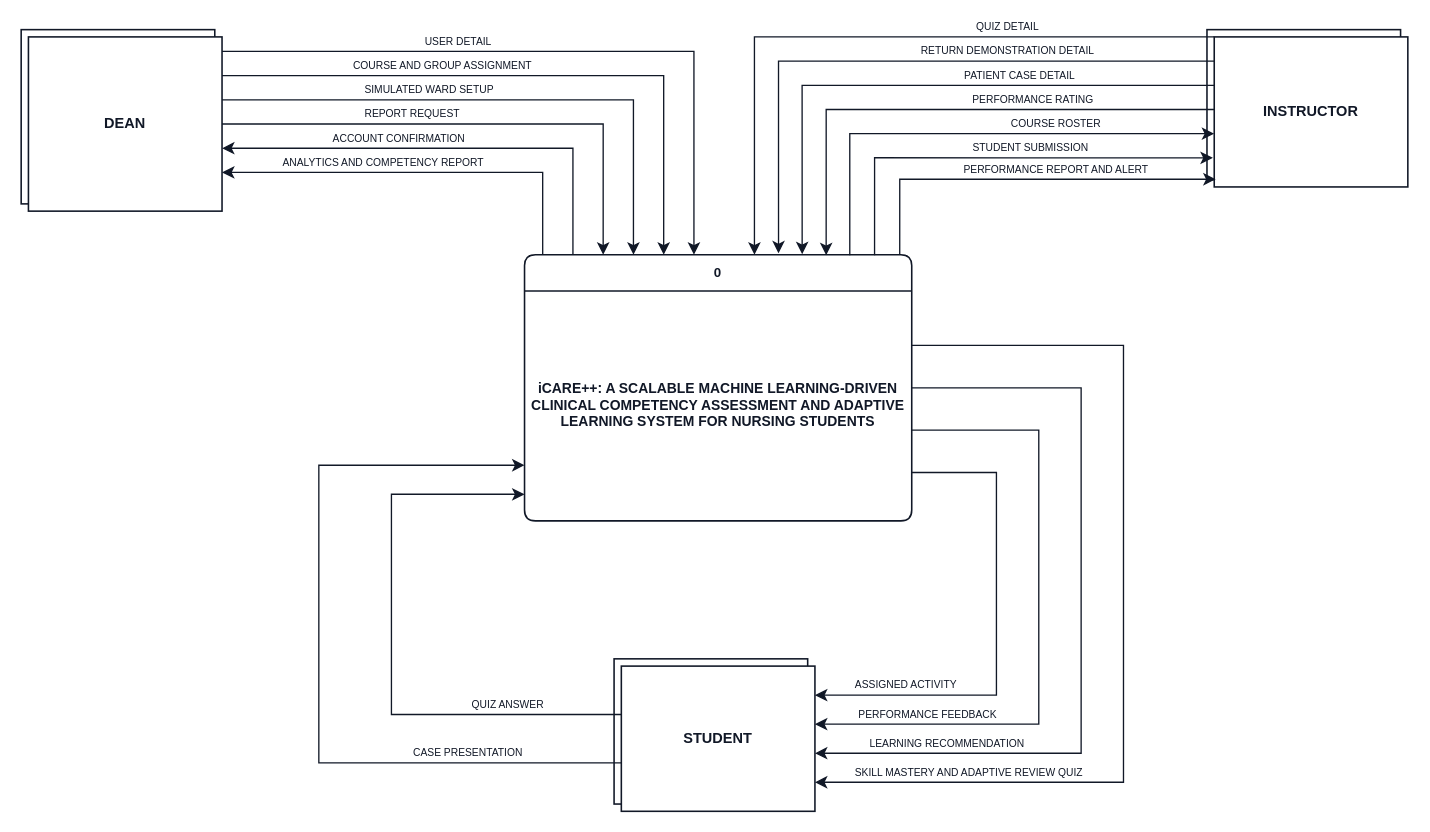
Above: docs/diagrams/context-diagram.drawio in mdk-zero/icare (draw.io), before the change. Source tidied: cells renumbered, new cells numbered last; positions are measured from the earlier drawing's top-left corner, leaving out a move shared by most shapes. Both pictures are drawn from the tidied source at 121%, with x=0, y=0 at pixel (21, 29).
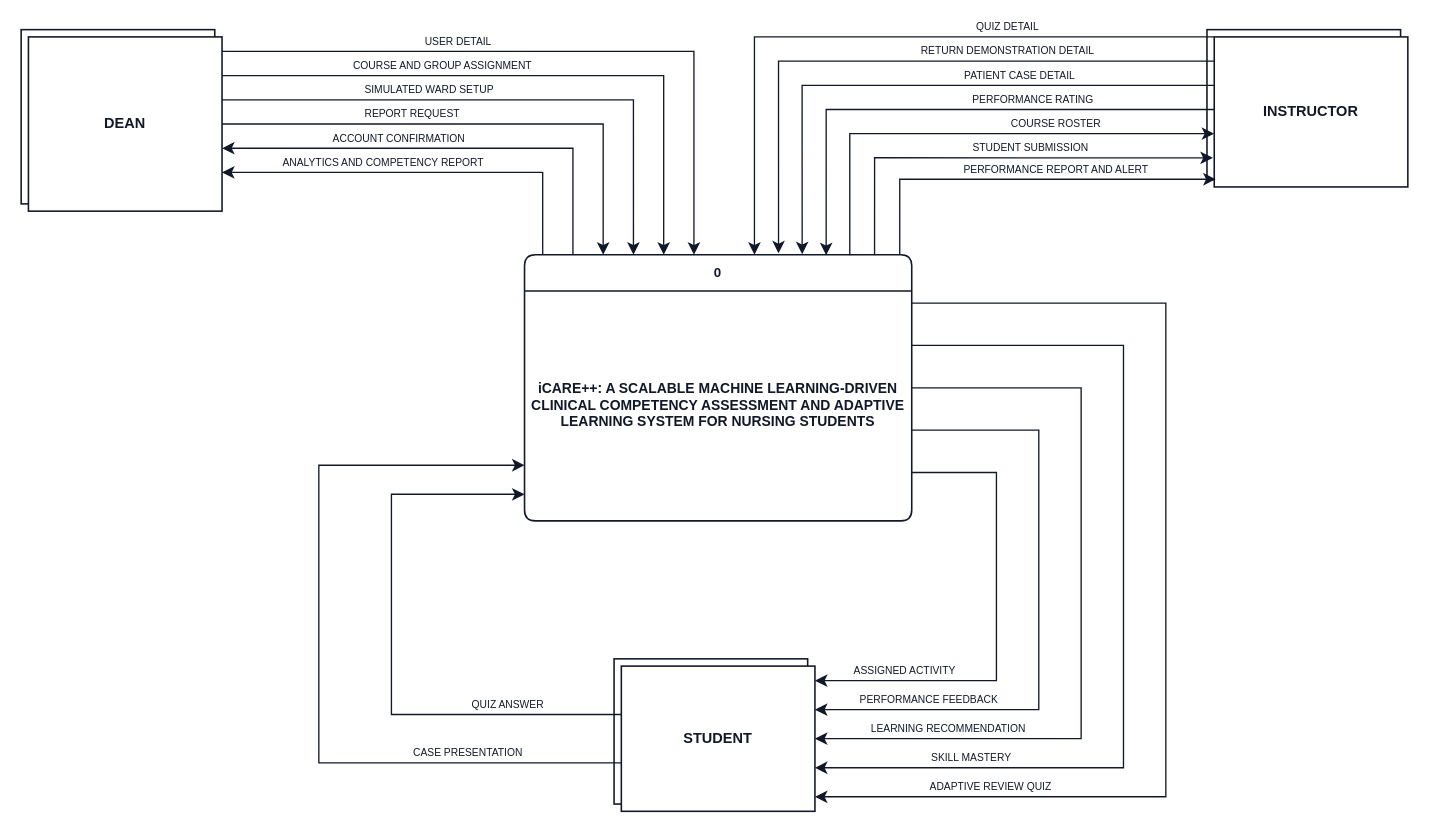
The same page after the edit.

Commit message (it also covers changes not shown here):
docs(diagrams): Skill Mastery and Adaptive Review Quiz as two context flows

The context diagram sends them to the student as two data flows, as the
DFD does, instead of one combined "Skill Mastery and Adaptive Review
Quiz" flow. The five flows to the student stay nested so none cross.

The change refers to these unchanged cells:
```xml
<mxCell id="2" value="0" style="swimlane;rounded=1;arcSize=10;startSize=30;html=1;whiteSpace=wrap;fillColor=#ffffff;swimlaneFillColor=#ffffff;strokeColor=#111827;strokeWidth=1.3;fontSize=11;fontStyle=1;fontColor=#111827;fontFamily=Helvetica;" parent="1" vertex="1">
  <mxGeometry x="416" y="186" width="320" height="220" as="geometry" />
</mxCell>
<mxCell id="12" value="STUDENT" style="rounded=0;html=1;whiteSpace=wrap;fillColor=#ffffff;strokeColor=#111827;strokeWidth=1.3;fontFamily=Helvetica;fontSize=12;fontStyle=1;fontColor=#111827;" parent="10" vertex="1">
  <mxGeometry x="6" y="6" width="160" height="120" as="geometry" />
</mxCell>
```

The edit, as a diff of the source:
```diff
@@
+    <mxCell id="32" value="ADAPTIVE REVIEW QUIZ" style="edgeStyle=orthogonalEdgeStyle;rounded=0;html=1;jumpStyle=arc;jumpSize=9;strokeColor=#111827;strokeWidth=1.1;endArrow=classic;endFill=1;endSize=7;fontSize=8.5;fontColor=#111827;labelBackgroundColor=#ffffff;fontFamily=Helvetica;exitX=1;exitY=0.1818;exitDx=0;exitDy=0;entryX=1;entryY=0.9;entryDx=0;entryDy=0;" parent="1" edge="1" source="2" target="12">
+      <mxGeometry x="0.68" relative="1" as="geometry">
+        <Array as="points">
+          <mxPoint x="946" y="226" />
+          <mxPoint x="946" y="634" />
+        </Array>
+        <mxPoint y="-8" as="offset" />
+      </mxGeometry>
+    </mxCell>
-    <mxCell id="26" value="SKILL MASTERY AND ADAPTIVE REVIEW QUIZ" style="edgeStyle=orthogonalEdgeStyle;rounded=0;html=1;jumpStyle=arc;jumpSize=9;strokeColor=#111827;strokeWidth=1.1;endArrow=classic;endFill=1;endSize=7;fontSize=8.5;fontColor=#111827;labelBackgroundColor=#ffffff;fontFamily=Helvetica;exitX=1;exitY=0.3409;exitDx=0;exitDy=0;entryX=1;entryY=0.8;entryDx=0;entryDy=0;" parent="1" edge="1" source="2" target="12">
-      <mxGeometry x="0.68" relative="1" as="geometry">
+    <mxCell id="26" value="SKILL MASTERY" style="edgeStyle=orthogonalEdgeStyle;rounded=0;html=1;jumpStyle=arc;jumpSize=9;strokeColor=#111827;strokeWidth=1.1;endArrow=classic;endFill=1;endSize=7;fontSize=8.5;fontColor=#111827;labelBackgroundColor=#ffffff;fontFamily=Helvetica;exitX=1;exitY=0.3409;exitDx=0;exitDy=0;entryX=1;entryY=0.7;entryDx=0;entryDy=0;" parent="1" edge="1" source="2" target="12">
+      <mxGeometry x="0.67" relative="1" as="geometry">
         <Array as="points">
           <mxPoint x="911" y="261" />
-          <mxPoint x="911" y="622" />
+          <mxPoint x="911" y="610" />
         </Array>
         <mxPoint y="-8" as="offset" />
       </mxGeometry>
     </mxCell>
-    <mxCell id="27" value="LEARNING RECOMMENDATION" style="edgeStyle=orthogonalEdgeStyle;rounded=0;html=1;jumpStyle=arc;jumpSize=9;strokeColor=#111827;strokeWidth=1.1;endArrow=classic;endFill=1;endSize=7;fontSize=8.5;fontColor=#111827;labelBackgroundColor=#ffffff;fontFamily=Helvetica;exitX=1;exitY=0.5;exitDx=0;exitDy=0;entryX=1;entryY=0.6;entryDx=0;entryDy=0;" parent="1" edge="1" source="2" target="12">
-      <mxGeometry x="0.67" relative="1" as="geometry">
+    <mxCell id="27" value="LEARNING RECOMMENDATION" style="edgeStyle=orthogonalEdgeStyle;rounded=0;html=1;jumpStyle=arc;jumpSize=9;strokeColor=#111827;strokeWidth=1.1;endArrow=classic;endFill=1;endSize=7;fontSize=8.5;fontColor=#111827;labelBackgroundColor=#ffffff;fontFamily=Helvetica;exitX=1;exitY=0.5;exitDx=0;exitDy=0;entryX=1;entryY=0.5;entryDx=0;entryDy=0;" parent="1" edge="1" source="2" target="12">
+      <mxGeometry x="0.66" relative="1" as="geometry">
         <Array as="points">
           <mxPoint x="876" y="296" />
-          <mxPoint x="876" y="598" />
+          <mxPoint x="876" y="586" />
         </Array>
         <mxPoint y="-8" as="offset" />
       </mxGeometry>
     </mxCell>
-    <mxCell id="28" value="PERFORMANCE FEEDBACK" style="edgeStyle=orthogonalEdgeStyle;rounded=0;html=1;jumpStyle=arc;jumpSize=9;strokeColor=#111827;strokeWidth=1.1;endArrow=classic;endFill=1;endSize=7;fontSize=8.5;fontColor=#111827;labelBackgroundColor=#ffffff;fontFamily=Helvetica;exitX=1;exitY=0.6591;exitDx=0;exitDy=0;entryX=1;entryY=0.4;entryDx=0;entryDy=0;" parent="1" edge="1" source="2" target="12">
-      <mxGeometry x="0.65" relative="1" as="geometry">
+    <mxCell id="28" value="PERFORMANCE FEEDBACK" style="edgeStyle=orthogonalEdgeStyle;rounded=0;html=1;jumpStyle=arc;jumpSize=9;strokeColor=#111827;strokeWidth=1.1;endArrow=classic;endFill=1;endSize=7;fontSize=8.5;fontColor=#111827;labelBackgroundColor=#ffffff;fontFamily=Helvetica;exitX=1;exitY=0.6591;exitDx=0;exitDy=0;entryX=1;entryY=0.3;entryDx=0;entryDy=0;" parent="1" edge="1" source="2" target="12">
+      <mxGeometry x="0.64" relative="1" as="geometry">
         <Array as="points">
           <mxPoint x="841" y="331" />
-          <mxPoint x="841" y="574" />
+          <mxPoint x="841" y="562" />
         </Array>
         <mxPoint y="-8" as="offset" />
       </mxGeometry>
     </mxCell>
-    <mxCell id="29" value="ASSIGNED ACTIVITY" style="edgeStyle=orthogonalEdgeStyle;rounded=0;html=1;jumpStyle=arc;jumpSize=9;strokeColor=#111827;strokeWidth=1.1;endArrow=classic;endFill=1;endSize=7;fontSize=8.5;fontColor=#111827;labelBackgroundColor=#ffffff;fontFamily=Helvetica;exitX=1;exitY=0.8182;exitDx=0;exitDy=0;entryX=1;entryY=0.2;entryDx=0;entryDy=0;" parent="1" edge="1" source="2" target="12">
-      <mxGeometry x="0.63" relative="1" as="geometry">
+    <mxCell id="29" value="ASSIGNED ACTIVITY" style="edgeStyle=orthogonalEdgeStyle;rounded=0;html=1;jumpStyle=arc;jumpSize=9;strokeColor=#111827;strokeWidth=1.1;endArrow=classic;endFill=1;endSize=7;fontSize=8.5;fontColor=#111827;labelBackgroundColor=#ffffff;fontFamily=Helvetica;exitX=1;exitY=0.8182;exitDx=0;exitDy=0;entryX=1;entryY=0.1;entryDx=0;entryDy=0;" parent="1" edge="1" source="2" target="12">
+      <mxGeometry x="0.62" relative="1" as="geometry">
         <Array as="points">
           <mxPoint x="806" y="366" />
-          <mxPoint x="806" y="550" />
+          <mxPoint x="806" y="538" />
         </Array>
         <mxPoint y="-8" as="offset" />
       </mxGeometry>
     </mxCell>
```
